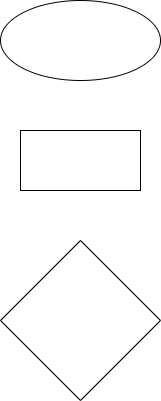
Earlier version of the draw.io export HW01/shema1.drawio.png (AlekseyPetrovv/homework). Source tidied: cells renumbered, new cells last; positions are measured from the earlier drawing's top-left corner, leaving out a move shared by most shapes.
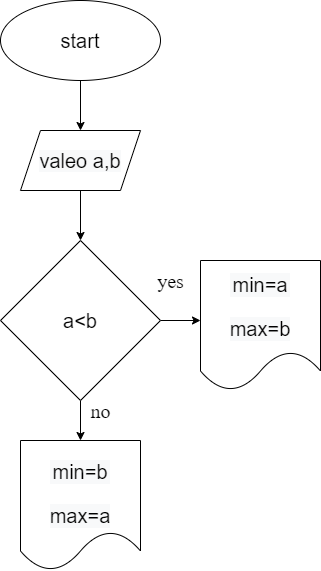
Later version of the same file.

Commit message:
создал файл drawio

Diff of the diagram source:
```diff
@@ -2,14 +2,46 @@
   <root>
     <mxCell id="0" />
     <mxCell id="1" parent="0" />
-    <mxCell id="2" style="whiteSpace=wrap;html=1;" parent="1" vertex="1">
-      <mxGeometry x="20" y="130" width="120" height="60" as="geometry" />
-    </mxCell>
+    <mxCell id="5" style="edgeStyle=none;html=1;fontSize=20;" parent="1" edge="1" target="4">
+      <mxGeometry relative="1" as="geometry">
+        <mxPoint x="80" y="190" as="sourcePoint" />
+      </mxGeometry>
+    </mxCell>
+    <mxCell id="6" style="edgeStyle=none;html=1;fontSize=20;" parent="1" edge="1" source="3">
+      <mxGeometry relative="1" as="geometry">
+        <mxPoint x="80" y="130" as="targetPoint" />
+      </mxGeometry>
+    </mxCell>
-    <mxCell id="3" style="ellipse;whiteSpace=wrap;html=1;" parent="1" vertex="1">
+    <mxCell id="3" value="&lt;font style=&quot;font-size: 20px&quot;&gt;start&lt;/font&gt;" style="ellipse;whiteSpace=wrap;html=1;" parent="1" vertex="1">
       <mxGeometry width="160" height="80" as="geometry" />
     </mxCell>
+    <mxCell id="7" style="edgeStyle=none;html=1;fontSize=20;" parent="1" edge="1" source="4">
+      <mxGeometry relative="1" as="geometry">
+        <mxPoint x="200" y="320" as="targetPoint" />
+      </mxGeometry>
+    </mxCell>
+    <mxCell id="8" style="edgeStyle=none;html=1;fontFamily=Times New Roman;fontSize=20;" parent="1" edge="1" source="4">
+      <mxGeometry relative="1" as="geometry">
+        <mxPoint x="80" y="440" as="targetPoint" />
+      </mxGeometry>
+    </mxCell>
-    <mxCell id="4" style="rhombus;whiteSpace=wrap;html=1;" parent="1" vertex="1">
+    <mxCell id="4" value="&lt;font style=&quot;font-size: 20px&quot;&gt;a&amp;lt;b&lt;/font&gt;" style="rhombus;whiteSpace=wrap;html=1;" parent="1" vertex="1">
       <mxGeometry y="240" width="160" height="160" as="geometry" />
     </mxCell>
+    <mxCell id="9" value="&lt;br&gt;&lt;br&gt;&lt;p style=&quot;color: rgb(0 , 0 , 0) ; font-family: &amp;#34;helvetica&amp;#34; ; font-style: normal ; font-weight: 400 ; letter-spacing: normal ; text-align: center ; text-indent: 0px ; text-transform: none ; word-spacing: 0px ; background-color: rgb(248 , 249 , 250) ; font-size: 20px&quot;&gt;min=b&lt;/p&gt;&lt;p style=&quot;color: rgb(0 , 0 , 0) ; font-family: &amp;#34;helvetica&amp;#34; ; font-style: normal ; font-weight: 400 ; letter-spacing: normal ; text-align: center ; text-indent: 0px ; text-transform: none ; word-spacing: 0px ; background-color: rgb(248 , 249 , 250) ; font-size: 20px&quot;&gt;max=a&lt;/p&gt;&lt;br&gt;" style="shape=document;whiteSpace=wrap;html=1;boundedLbl=1;" parent="1" vertex="1">
+      <mxGeometry x="20" y="440" width="120" height="130" as="geometry" />
+    </mxCell>
+    <mxCell id="10" value="&#10;&#10;&lt;p style=&quot;color: rgb(0, 0, 0); font-family: helvetica; font-style: normal; font-weight: 400; letter-spacing: normal; text-align: center; text-indent: 0px; text-transform: none; word-spacing: 0px; background-color: rgb(248, 249, 250); font-size: 20px;&quot;&gt;min=a&lt;/p&gt;&lt;p style=&quot;color: rgb(0, 0, 0); font-family: helvetica; font-style: normal; font-weight: 400; letter-spacing: normal; text-align: center; text-indent: 0px; text-transform: none; word-spacing: 0px; background-color: rgb(248, 249, 250); font-size: 20px;&quot;&gt;max=b&lt;/p&gt;&#10;&#10;" style="shape=document;whiteSpace=wrap;html=1;boundedLbl=1;" parent="1" vertex="1">
+      <mxGeometry x="200" y="260" width="120" height="130" as="geometry" />
+    </mxCell>
+    <mxCell id="11" value="&#10;&#10;&lt;span style=&quot;color: rgb(0, 0, 0); font-family: helvetica; font-size: 20px; font-style: normal; font-weight: 400; letter-spacing: normal; text-align: center; text-indent: 0px; text-transform: none; word-spacing: 0px; background-color: rgb(248, 249, 250); display: inline; float: none;&quot;&gt;valeo a,b&lt;/span&gt;&#10;&#10;" style="shape=parallelogram;perimeter=parallelogramPerimeter;whiteSpace=wrap;html=1;fixedSize=1;" parent="1" vertex="1">
+      <mxGeometry x="20" y="130" width="120" height="60" as="geometry" />
+    </mxCell>
+    <mxCell id="12" value="yes" style="text;html=1;align=center;verticalAlign=middle;strokeColor=none;fillColor=none;fontSize=20;fontFamily=Times New Roman;" parent="1" vertex="1">
+      <mxGeometry x="150" y="265" width="40" height="30" as="geometry" />
+    </mxCell>
+    <mxCell id="13" value="no" style="text;html=1;align=center;verticalAlign=middle;strokeColor=none;fillColor=none;fontSize=20;fontFamily=Times New Roman;" parent="1" vertex="1">
+      <mxGeometry x="80" y="395" width="40" height="30" as="geometry" />
+    </mxCell>
   </root>
 </mxGraphModel>
```
